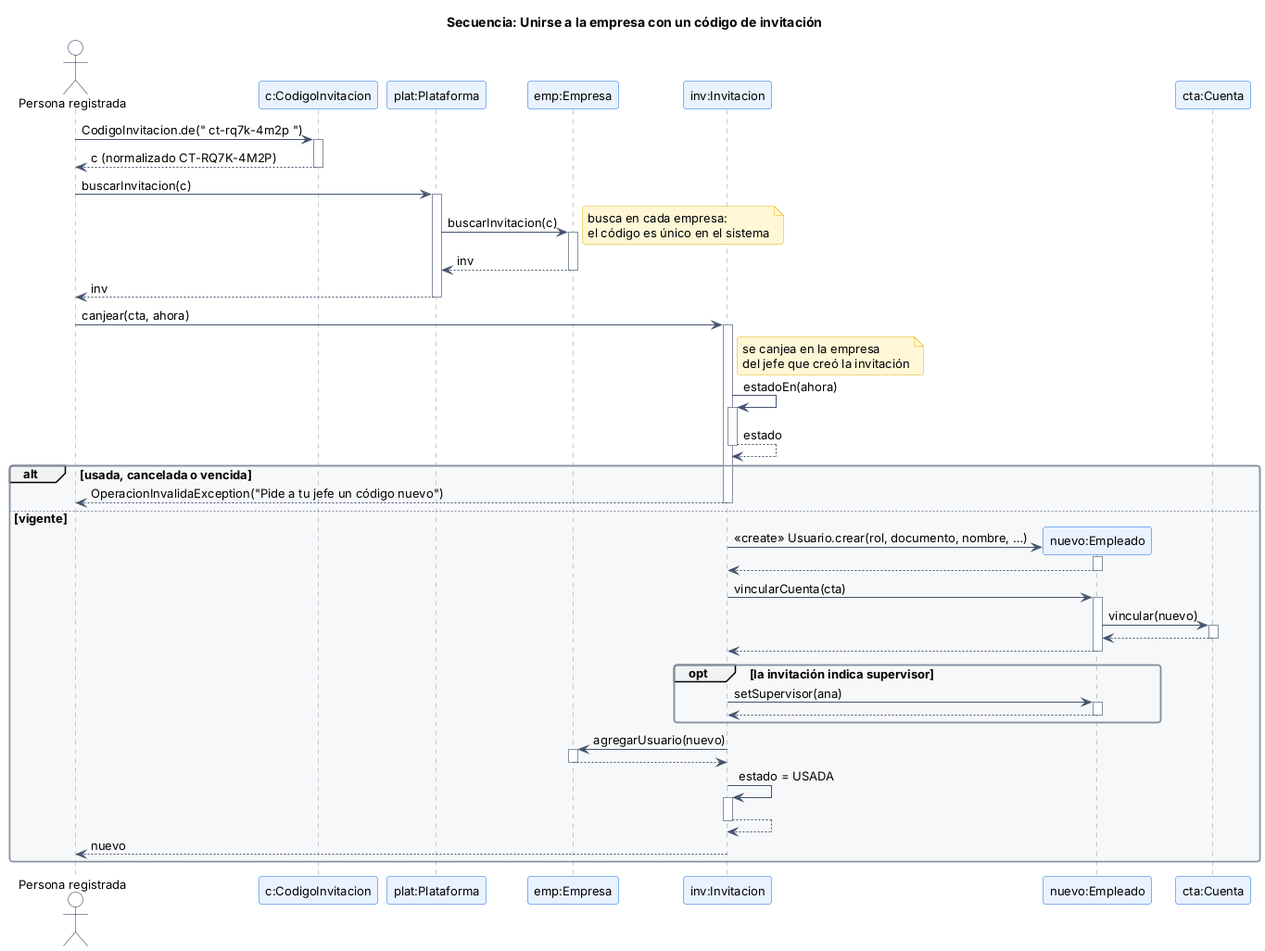
Earlier version of the PlantUML export docs/diagramas/img/secuencia_unirse_empresa.png (diavolo34/Proyecto-Poo).
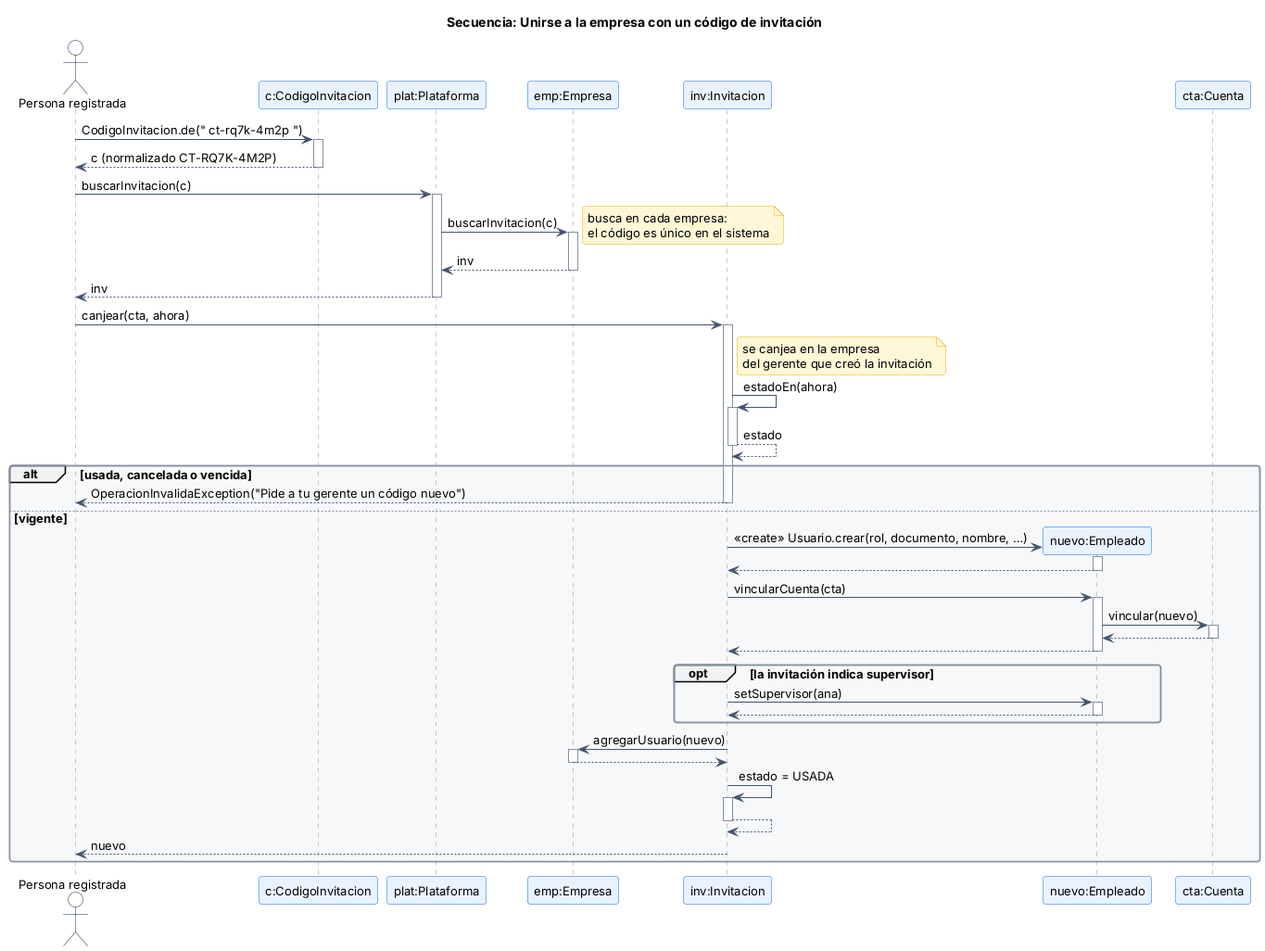
After the change.

The edit, as a diff of the source:
```diff
@@ -18,11 +18,11 @@
 EM --> P : inv
 P --> A : inv
 A -> I : canjear(cta, ahora)
-note right of I: se canjea en la empresa\ndel jefe que creó la invitación
+note right of I: se canjea en la empresa\ndel gerente que creó la invitación
 I -> I : estadoEn(ahora)
 I --> I : estado
 alt usada, cancelada o vencida
-  I --> A : OperacionInvalidaException("Pide a tu jefe un código nuevo")
+  I --> A : OperacionInvalidaException("Pide a tu gerente un código nuevo")
 else vigente
   create N
   I -> N : <<create>> Usuario.crear(rol, documento, nombre, …)
```
